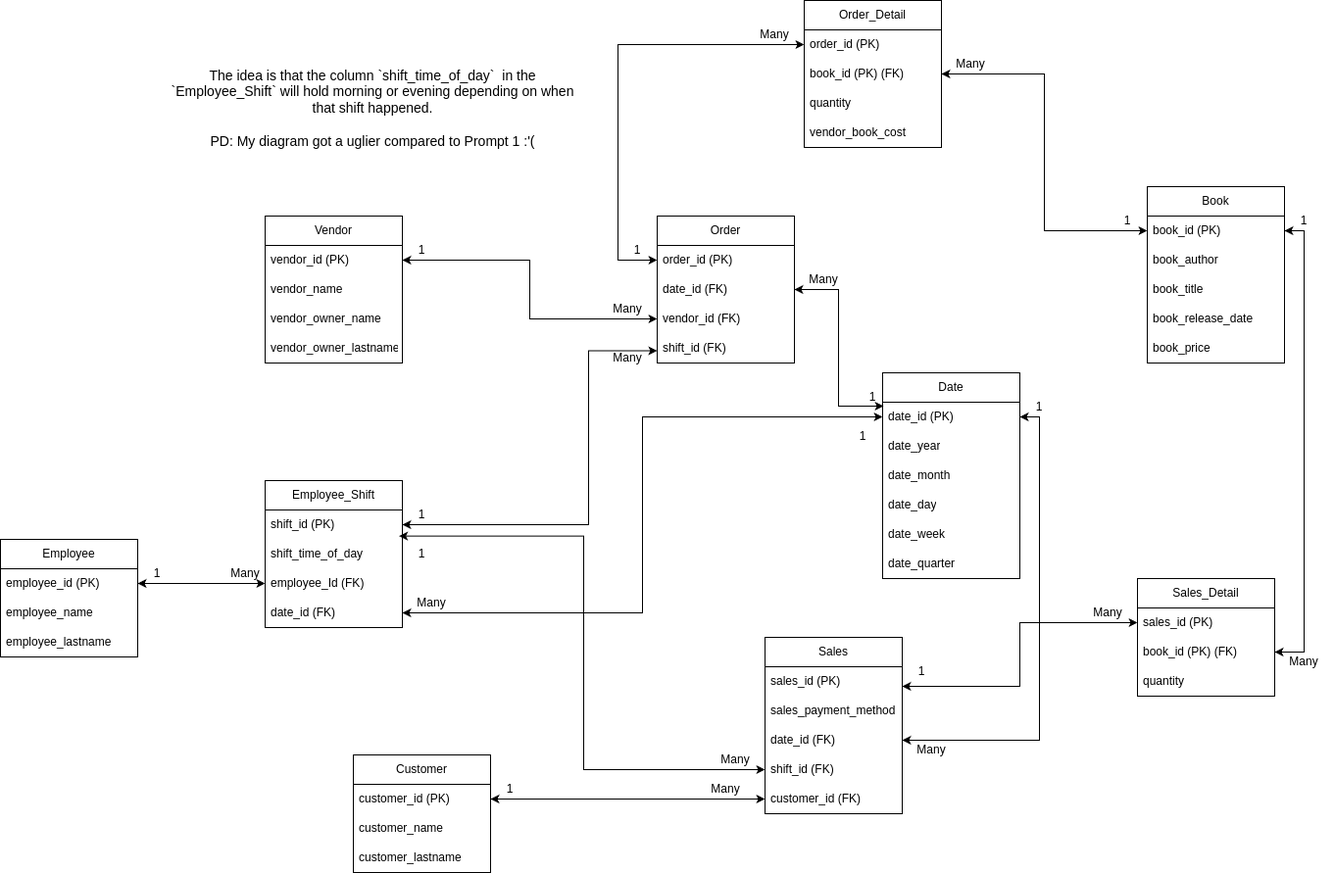
NicoForce/sql keeps this draw.io diagram as 02_activities/assignments/Bookstore-ERD-Prompt2.drawio.png. Above is the earlier version. Source tidied: cells renumbered, new cells last; positions are measured from the earlier drawing's top-left corner, leaving out a move shared by most shapes.
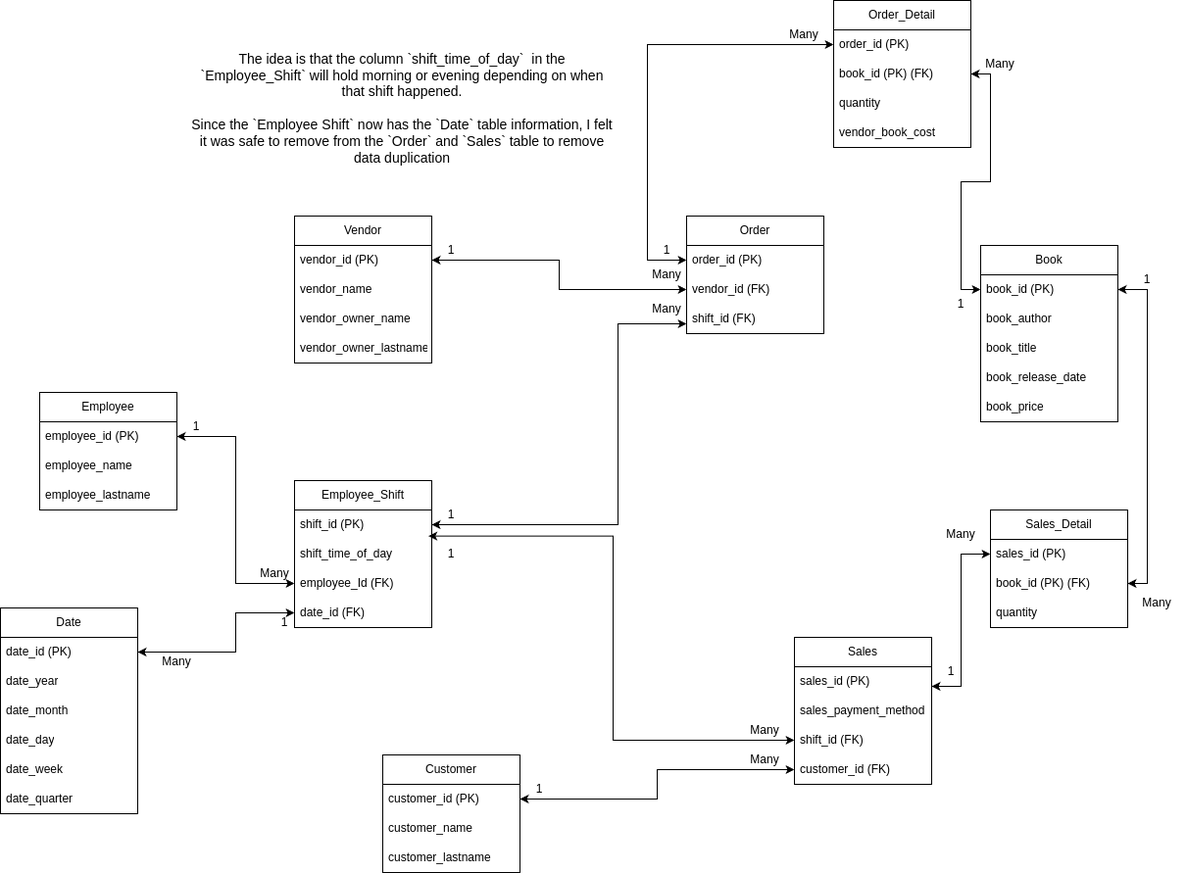
Above is the later version.

Commit message:
Improving prompt 2 diagram

Change to the diagram source:
```diff
@@ -3,7 +3,7 @@
     <mxCell id="0" />
     <mxCell id="1" parent="0" />
     <mxCell id="2" value="Employee" style="swimlane;fontStyle=0;horizontal=1;startSize=30;whiteSpace=wrap;html=1;" parent="1" vertex="1">
-      <mxGeometry y="550" width="140" height="120" as="geometry" />
+      <mxGeometry x="10" y="400" width="140" height="120" as="geometry" />
     </mxCell>
     <mxCell id="3" value="employee_id (PK)" style="text;strokeColor=none;fillColor=none;align=left;verticalAlign=middle;spacingLeft=4;spacingRight=4;overflow=hidden;points=[[0,0.5],[1,0.5]];portConstraint=eastwest;whiteSpace=wrap;html=1;" parent="2" vertex="1">
       <mxGeometry y="30" width="140" height="30" as="geometry" />
@@ -27,7 +27,7 @@
       <mxGeometry y="90" width="140" height="30" as="geometry" />
     </mxCell>
     <mxCell id="10" value="Book" style="swimlane;fontStyle=0;horizontal=1;startSize=30;whiteSpace=wrap;html=1;" parent="1" vertex="1">
-      <mxGeometry x="1170" y="190" width="140" height="180" as="geometry" />
+      <mxGeometry x="970" y="250" width="140" height="180" as="geometry" />
     </mxCell>
     <mxCell id="11" value="book_id (PK)" style="text;strokeColor=none;fillColor=none;align=left;verticalAlign=middle;spacingLeft=4;spacingRight=4;overflow=hidden;points=[[0,0.5],[1,0.5]];portConstraint=eastwest;whiteSpace=wrap;html=1;" parent="10" vertex="1">
       <mxGeometry y="30" width="140" height="30" as="geometry" />
@@ -45,22 +45,19 @@
       <mxGeometry y="150" width="140" height="30" as="geometry" />
     </mxCell>
     <mxCell id="16" value="Order" style="swimlane;fontStyle=0;horizontal=1;startSize=30;whiteSpace=wrap;html=1;" parent="1" vertex="1">
-      <mxGeometry x="670" y="220" width="140" height="150" as="geometry" />
+      <mxGeometry x="670" y="220" width="140" height="120" as="geometry" />
     </mxCell>
     <mxCell id="17" value="order_id (PK)" style="text;strokeColor=none;fillColor=none;align=left;verticalAlign=middle;spacingLeft=4;spacingRight=4;overflow=hidden;points=[[0,0.5],[1,0.5]];portConstraint=eastwest;whiteSpace=wrap;html=1;" parent="16" vertex="1">
       <mxGeometry y="30" width="140" height="30" as="geometry" />
     </mxCell>
-    <mxCell id="18" value="date_id (FK)" style="text;strokeColor=none;fillColor=none;align=left;verticalAlign=middle;spacingLeft=4;spacingRight=4;overflow=hidden;points=[[0,0.5],[1,0.5]];portConstraint=eastwest;whiteSpace=wrap;html=1;" parent="16" vertex="1">
-      <mxGeometry y="60" width="140" height="30" as="geometry" />
-    </mxCell>
     <mxCell id="19" value="vendor_id (FK)" style="text;strokeColor=none;fillColor=none;align=left;verticalAlign=middle;spacingLeft=4;spacingRight=4;overflow=hidden;points=[[0,0.5],[1,0.5]];portConstraint=eastwest;whiteSpace=wrap;html=1;" parent="16" vertex="1">
-      <mxGeometry y="90" width="140" height="30" as="geometry" />
+      <mxGeometry y="60" width="140" height="30" as="geometry" />
     </mxCell>
     <mxCell id="20" value="shift_id (FK)" style="text;strokeColor=none;fillColor=none;align=left;verticalAlign=middle;spacingLeft=4;spacingRight=4;overflow=hidden;whiteSpace=wrap;html=1;" parent="16" vertex="1">
-      <mxGeometry y="120" width="140" height="30" as="geometry" />
+      <mxGeometry y="90" width="140" height="30" as="geometry" />
     </mxCell>
     <mxCell id="21" value="Sales" style="swimlane;fontStyle=0;horizontal=1;startSize=30;whiteSpace=wrap;html=1;" parent="1" vertex="1">
-      <mxGeometry x="780" y="650" width="140" height="180" as="geometry" />
+      <mxGeometry x="780" y="650" width="140" height="150" as="geometry" />
     </mxCell>
     <mxCell id="22" value="sales_id (PK)" style="text;strokeColor=none;fillColor=none;align=left;verticalAlign=middle;spacingLeft=4;spacingRight=4;overflow=hidden;points=[[0,0.5],[1,0.5]];portConstraint=eastwest;whiteSpace=wrap;html=1;" parent="21" vertex="1">
       <mxGeometry y="30" width="140" height="30" as="geometry" />
@@ -68,20 +65,14 @@
     <mxCell id="23" value="sales_payment_method" style="text;strokeColor=none;fillColor=none;align=left;verticalAlign=middle;spacingLeft=4;spacingRight=4;overflow=hidden;whiteSpace=wrap;html=1;" parent="21" vertex="1">
       <mxGeometry y="60" width="140" height="30" as="geometry" />
     </mxCell>
-    <mxCell id="24" value="date_id (FK)" style="text;strokeColor=none;fillColor=none;align=left;verticalAlign=middle;spacingLeft=4;spacingRight=4;overflow=hidden;points=[[0,0.5],[1,0.5]];portConstraint=eastwest;whiteSpace=wrap;html=1;" parent="21" vertex="1">
-      <mxGeometry y="90" width="140" height="30" as="geometry" />
-    </mxCell>
     <mxCell id="25" value="shift_id (FK)" style="text;strokeColor=none;fillColor=none;align=left;verticalAlign=middle;spacingLeft=4;spacingRight=4;overflow=hidden;points=[[0,0.5],[1,0.5]];portConstraint=eastwest;whiteSpace=wrap;html=1;" parent="21" vertex="1">
-      <mxGeometry y="120" width="140" height="30" as="geometry" />
+      <mxGeometry y="90" width="140" height="30" as="geometry" />
     </mxCell>
     <mxCell id="26" value="customer_id (FK)" style="text;strokeColor=none;fillColor=none;align=left;verticalAlign=middle;spacingLeft=4;spacingRight=4;overflow=hidden;points=[[0,0.5],[1,0.5]];portConstraint=eastwest;whiteSpace=wrap;html=1;" parent="21" vertex="1">
-      <mxGeometry y="150" width="140" height="30" as="geometry" />
+      <mxGeometry y="120" width="140" height="30" as="geometry" />
     </mxCell>
-    <mxCell id="27" style="edgeStyle=orthogonalEdgeStyle;rounded=0;jettySize=auto;html=1;exitX=1;exitY=0.5;exitDx=0;exitDy=0;entryX=0.007;entryY=0.133;entryDx=0;entryDy=0;startArrow=classic;startFill=1;entryPerimeter=0;" parent="1" edge="1" source="18" target="49">
-      <mxGeometry relative="1" as="geometry" />
-    </mxCell>
     <mxCell id="28" value="Sales_Detail" style="swimlane;fontStyle=0;horizontal=1;startSize=30;whiteSpace=wrap;html=1;" parent="1" vertex="1">
-      <mxGeometry x="1160" y="590" width="140" height="120" as="geometry" />
+      <mxGeometry x="980" y="520" width="140" height="120" as="geometry" />
     </mxCell>
     <mxCell id="29" value="sales_id (PK)" style="text;strokeColor=none;fillColor=none;align=left;verticalAlign=middle;spacingLeft=4;spacingRight=4;overflow=hidden;points=[[0,0.5],[1,0.5]];portConstraint=eastwest;whiteSpace=wrap;html=1;" parent="28" vertex="1">
       <mxGeometry y="30" width="140" height="30" as="geometry" />
@@ -146,7 +137,7 @@
       </mxGeometry>
     </mxCell>
     <mxCell id="48" value="Date" style="swimlane;fontStyle=0;horizontal=1;startSize=30;whiteSpace=wrap;html=1;" parent="1" vertex="1">
-      <mxGeometry x="900" y="380" width="140" height="210" as="geometry" />
+      <mxGeometry x="-30" y="620" width="140" height="210" as="geometry" />
     </mxCell>
     <mxCell id="49" value="date_id (PK)" style="text;strokeColor=none;fillColor=none;align=left;verticalAlign=middle;spacingLeft=4;spacingRight=4;overflow=hidden;points=[[0,0.5],[1,0.5]];portConstraint=eastwest;whiteSpace=wrap;html=1;" parent="48" vertex="1">
       <mxGeometry y="30" width="140" height="30" as="geometry" />
@@ -170,43 +161,37 @@
       <mxGeometry x="490" y="790" width="60" height="30" as="geometry" />
     </mxCell>
     <mxCell id="56" value="Many" style="text;html=1;align=center;verticalAlign=middle;whiteSpace=wrap;rounded=0;" parent="1" vertex="1">
-      <mxGeometry x="710" y="790" width="60" height="30" as="geometry" />
+      <mxGeometry x="720" y="760" width="60" height="30" as="geometry" />
     </mxCell>
     <mxCell id="57" value="1" style="text;html=1;align=center;verticalAlign=middle;whiteSpace=wrap;rounded=0;" parent="1" vertex="1">
       <mxGeometry x="400" y="550" width="60" height="30" as="geometry" />
     </mxCell>
     <mxCell id="58" value="Many" style="text;html=1;align=center;verticalAlign=middle;whiteSpace=wrap;rounded=0;" parent="1" vertex="1">
-      <mxGeometry x="720" y="760" width="60" height="30" as="geometry" />
+      <mxGeometry x="720" y="730" width="60" height="30" as="geometry" />
     </mxCell>
     <mxCell id="59" value="Many" style="text;html=1;align=center;verticalAlign=middle;whiteSpace=wrap;rounded=0;" parent="1" vertex="1">
-      <mxGeometry x="1100" y="610" width="60" height="30" as="geometry" />
+      <mxGeometry x="920" y="530" width="60" height="30" as="geometry" />
     </mxCell>
     <mxCell id="60" value="1" style="text;html=1;align=center;verticalAlign=middle;whiteSpace=wrap;rounded=0;" parent="1" vertex="1">
-      <mxGeometry x="1300" y="210" width="60" height="30" as="geometry" />
+      <mxGeometry x="920" y="295" width="60" height="30" as="geometry" />
     </mxCell>
     <mxCell id="61" value="Many" style="text;html=1;align=center;verticalAlign=middle;whiteSpace=wrap;rounded=0;" parent="1" vertex="1">
-      <mxGeometry x="1300" y="660" width="60" height="30" as="geometry" />
+      <mxGeometry x="1120" y="600" width="60" height="30" as="geometry" />
     </mxCell>
     <mxCell id="62" value="1" style="text;html=1;align=center;verticalAlign=middle;whiteSpace=wrap;rounded=0;" parent="1" vertex="1">
       <mxGeometry x="400" y="510" width="60" height="30" as="geometry" />
     </mxCell>
     <mxCell id="63" value="Many" style="text;html=1;align=center;verticalAlign=middle;whiteSpace=wrap;rounded=0;" parent="1" vertex="1">
-      <mxGeometry x="610" y="350" width="60" height="30" as="geometry" />
+      <mxGeometry x="620" y="300" width="60" height="30" as="geometry" />
     </mxCell>
     <mxCell id="64" value="1" style="text;html=1;align=center;verticalAlign=middle;whiteSpace=wrap;rounded=0;" parent="1" vertex="1">
       <mxGeometry x="400" y="240" width="60" height="30" as="geometry" />
     </mxCell>
     <mxCell id="65" value="Many" style="text;html=1;align=center;verticalAlign=middle;whiteSpace=wrap;rounded=0;" parent="1" vertex="1">
-      <mxGeometry x="610" y="300" width="60" height="30" as="geometry" />
+      <mxGeometry x="620" y="265" width="60" height="30" as="geometry" />
     </mxCell>
-    <mxCell id="66" value="1" style="text;html=1;align=center;verticalAlign=middle;whiteSpace=wrap;rounded=0;" parent="1" vertex="1">
-      <mxGeometry x="860" y="390" width="60" height="30" as="geometry" />
-    </mxCell>
-    <mxCell id="67" value="Many" style="text;html=1;align=center;verticalAlign=middle;whiteSpace=wrap;rounded=0;" parent="1" vertex="1">
-      <mxGeometry x="810" y="270" width="60" height="30" as="geometry" />
-    </mxCell>
     <mxCell id="68" value="1" style="text;html=1;align=center;verticalAlign=middle;whiteSpace=wrap;rounded=0;" parent="1" vertex="1">
-      <mxGeometry x="1120" y="210" width="60" height="30" as="geometry" />
+      <mxGeometry x="1110" y="270" width="60" height="30" as="geometry" />
     </mxCell>
     <mxCell id="69" value="Many" style="text;html=1;align=center;verticalAlign=middle;whiteSpace=wrap;rounded=0;" parent="1" vertex="1">
       <mxGeometry x="960" y="50" width="60" height="30" as="geometry" />
@@ -232,47 +217,44 @@
     <mxCell id="76" value="date_id (FK)" style="text;strokeColor=none;fillColor=none;align=left;verticalAlign=middle;spacingLeft=4;spacingRight=4;overflow=hidden;points=[[0,0.5],[1,0.5]];portConstraint=eastwest;whiteSpace=wrap;html=1;" parent="72" vertex="1">
       <mxGeometry y="120" width="140" height="30" as="geometry" />
     </mxCell>
-    <mxCell id="77" style="edgeStyle=orthogonalEdgeStyle;rounded=0;jettySize=auto;html=1;exitX=1;exitY=0.5;exitDx=0;exitDy=0;entryX=1;entryY=0.25;entryDx=0;entryDy=0;startArrow=classic;startFill=1;" parent="1" edge="1" source="73" target="63">
+    <mxCell id="77" style="edgeStyle=orthogonalEdgeStyle;rounded=0;jettySize=auto;html=1;exitX=1;exitY=0.5;exitDx=0;exitDy=0;startArrow=classic;startFill=1;" parent="1" edge="1" source="73">
       <mxGeometry relative="1" as="geometry">
+        <mxPoint x="670" y="330" as="targetPoint" />
         <Array as="points">
           <mxPoint x="600" y="535" />
-          <mxPoint x="600" y="357" />
+          <mxPoint x="600" y="330" />
         </Array>
       </mxGeometry>
     </mxCell>
-    <mxCell id="78" style="edgeStyle=orthogonalEdgeStyle;rounded=0;jettySize=auto;html=1;exitX=0;exitY=0.5;exitDx=0;exitDy=0;entryX=1;entryY=0.5;entryDx=0;entryDy=0;startArrow=classic;startFill=1;" parent="1" edge="1" source="49" target="76">
-      <mxGeometry relative="1" as="geometry" />
+    <mxCell id="78" style="edgeStyle=orthogonalEdgeStyle;rounded=0;jettySize=auto;html=1;exitX=1;exitY=0.5;exitDx=0;exitDy=0;entryX=0;entryY=0.5;entryDx=0;entryDy=0;startArrow=classic;startFill=1;" parent="1" edge="1" source="49" target="76">
+      <mxGeometry relative="1" as="geometry">
+        <Array as="points">
+          <mxPoint x="210" y="665" />
+          <mxPoint x="210" y="625" />
+        </Array>
+      </mxGeometry>
     </mxCell>
-    <mxCell id="79" style="edgeStyle=orthogonalEdgeStyle;rounded=0;jettySize=auto;html=1;exitX=1;exitY=0.5;exitDx=0;exitDy=0;entryX=1;entryY=0.5;entryDx=0;entryDy=0;startArrow=classic;startFill=1;" parent="1" edge="1" source="49" target="24">
-      <mxGeometry relative="1" as="geometry" />
-    </mxCell>
     <mxCell id="80" style="edgeStyle=orthogonalEdgeStyle;rounded=0;jettySize=auto;html=1;exitX=0.976;exitY=-0.112;exitDx=0;exitDy=0;entryX=0;entryY=0.5;entryDx=0;entryDy=0;exitPerimeter=0;startArrow=classic;startFill=1;" parent="1" edge="1" source="74" target="25">
       <mxGeometry relative="1" as="geometry" />
     </mxCell>
     <mxCell id="81" style="edgeStyle=orthogonalEdgeStyle;rounded=0;jettySize=auto;html=1;exitX=1;exitY=0.5;exitDx=0;exitDy=0;entryX=0;entryY=0.5;entryDx=0;entryDy=0;startArrow=classic;startFill=1;" parent="1" edge="1" source="3" target="75">
       <mxGeometry relative="1" as="geometry" />
     </mxCell>
-    <mxCell id="82" value="&lt;font style=&quot;font-size: 14px;&quot;&gt;The idea is that the column `shift_time_of_day`&amp;nbsp; in the `Employee_Shift` will hold morning or evening depending on when that shift happened.&lt;br&gt;&lt;br&gt;PD:&amp;nbsp;&lt;/font&gt;&lt;span style=&quot;font-size: 14px;&quot;&gt;My diagram got a uglier compared to Prompt 1 :'(&lt;/span&gt;" style="text;html=1;align=center;verticalAlign=middle;whiteSpace=wrap;rounded=0;" parent="1" vertex="1">
+    <mxCell id="82" value="&lt;font style=&quot;font-size: 14px;&quot;&gt;The idea is that the column `shift_time_of_day`&amp;nbsp; in the `Employee_Shift` will hold morning or evening depending on when that shift happened.&lt;/font&gt;&lt;div&gt;&lt;font style=&quot;font-size: 14px;&quot;&gt;&lt;br&gt;&lt;/font&gt;&lt;/div&gt;&lt;div&gt;&lt;font style=&quot;font-size: 14px;&quot;&gt;Since the `Employee Shift` now has the `Date` table information, I felt it was safe to remove from the `Order` and `Sales` table to remove data duplication&lt;/font&gt;&lt;/div&gt;" style="text;html=1;align=center;verticalAlign=middle;whiteSpace=wrap;rounded=0;" parent="1" vertex="1">
       <mxGeometry x="160" y="40" width="440" height="139" as="geometry" />
     </mxCell>
     <mxCell id="83" value="1" style="text;html=1;align=center;verticalAlign=middle;whiteSpace=wrap;rounded=0;" parent="1" vertex="1">
-      <mxGeometry x="130" y="570" width="60" height="30" as="geometry" />
+      <mxGeometry x="140" y="420" width="60" height="30" as="geometry" />
     </mxCell>
     <mxCell id="84" value="Many" style="text;html=1;align=center;verticalAlign=middle;whiteSpace=wrap;rounded=0;" parent="1" vertex="1">
       <mxGeometry x="220" y="570" width="60" height="30" as="geometry" />
     </mxCell>
-    <mxCell id="85" value="1" style="text;html=1;align=center;verticalAlign=middle;whiteSpace=wrap;rounded=0;" parent="1" vertex="1">
-      <mxGeometry x="1030" y="400" width="60" height="30" as="geometry" />
-    </mxCell>
     <mxCell id="86" value="1" style="text;html=1;align=center;verticalAlign=middle;whiteSpace=wrap;rounded=0;" parent="1" vertex="1">
-      <mxGeometry x="850" y="430" width="60" height="30" as="geometry" />
+      <mxGeometry x="230" y="620" width="60" height="30" as="geometry" />
     </mxCell>
     <mxCell id="87" value="Many" style="text;html=1;align=center;verticalAlign=middle;whiteSpace=wrap;rounded=0;" parent="1" vertex="1">
-      <mxGeometry x="410" y="600" width="60" height="30" as="geometry" />
+      <mxGeometry x="120" y="660" width="60" height="30" as="geometry" />
     </mxCell>
-    <mxCell id="88" value="Many" style="text;html=1;align=center;verticalAlign=middle;whiteSpace=wrap;rounded=0;" parent="1" vertex="1">
-      <mxGeometry x="920" y="750" width="60" height="30" as="geometry" />
-    </mxCell>
     <mxCell id="89" value="1" style="text;html=1;align=center;verticalAlign=middle;whiteSpace=wrap;rounded=0;" parent="1" vertex="1">
       <mxGeometry x="910" y="670" width="60" height="30" as="geometry" />
     </mxCell>
```
